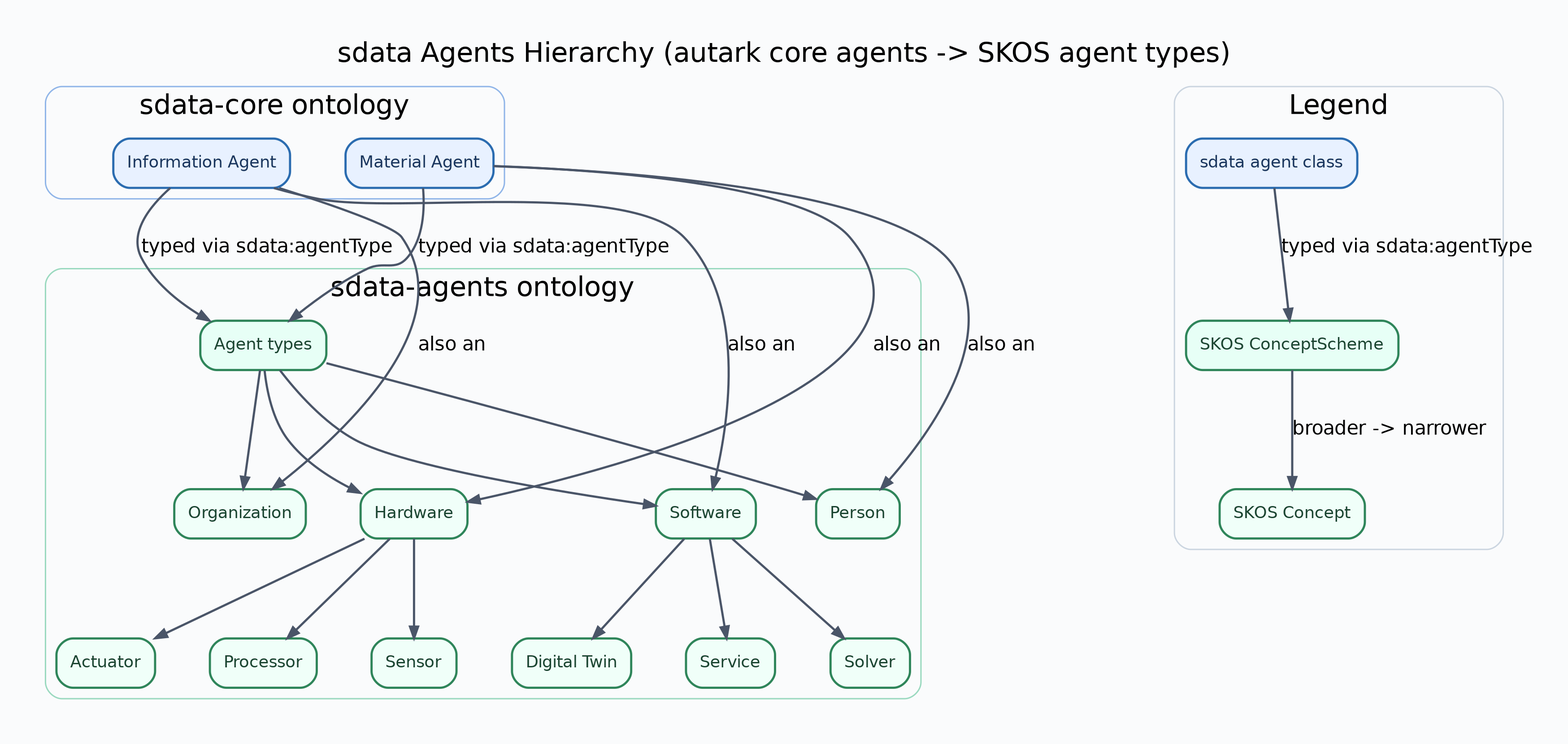
lepy/sdata-ontology keeps this Graphviz diagram as docs/diagrams/sdata-agents-hierarchy.png. Above is the earlier version. Its source is kept beside it as docs/diagrams/sdata-agents-hierarchy.dot.
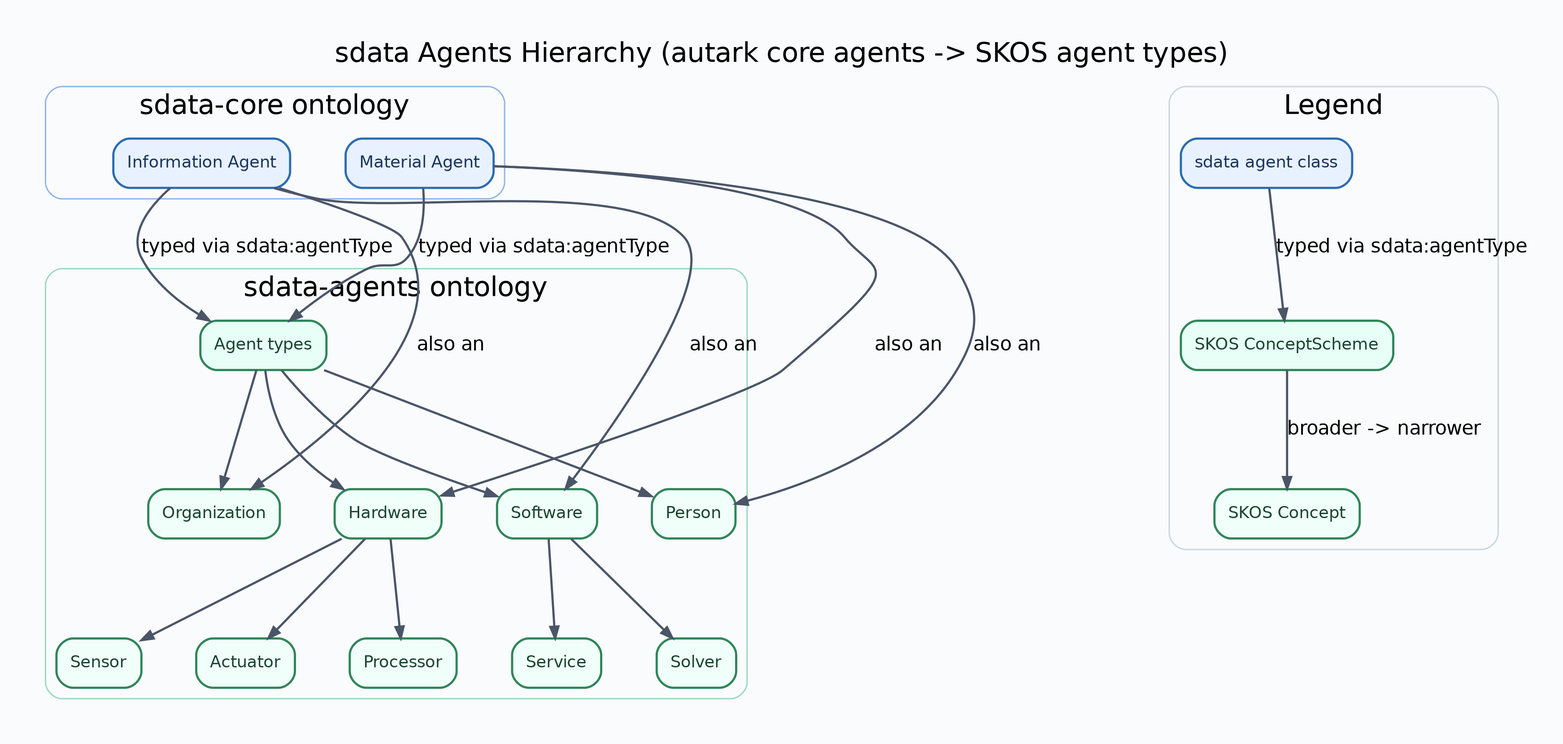
The same diagram one commit later.

Diff of the diagram source:
```diff
@@ -56,10 +56,6 @@
 			fillcolor="#E7FFF6",
 			fontcolor="#1C4532",
 			label="Agent types"];
-		"https://w3id.org/sdata/vocab/agents/DigitalTwin"	[color="#2F855A",
-			fillcolor="#F0FFF9",
-			fontcolor="#1C4532",
-			label="Digital Twin"];
 		"https://w3id.org/sdata/vocab/agents/Hardware"	[color="#2F855A",
 			fillcolor="#F0FFF9",
 			fontcolor="#1C4532",
@@ -130,7 +126,6 @@
 	"https://w3id.org/sdata/vocab/agents/Hardware" -> "https://w3id.org/sdata/vocab/agents/Actuator";
 	"https://w3id.org/sdata/vocab/agents/Hardware" -> "https://w3id.org/sdata/vocab/agents/Processor";
 	"https://w3id.org/sdata/vocab/agents/Hardware" -> "https://w3id.org/sdata/vocab/agents/Sensor";
-	"https://w3id.org/sdata/vocab/agents/Software" -> "https://w3id.org/sdata/vocab/agents/DigitalTwin";
 	"https://w3id.org/sdata/vocab/agents/Software" -> "https://w3id.org/sdata/vocab/agents/Service";
 	"https://w3id.org/sdata/vocab/agents/Software" -> "https://w3id.org/sdata/vocab/agents/Solver";
 	__anchor_core -> __anchor_agents	[style=invis,
```
